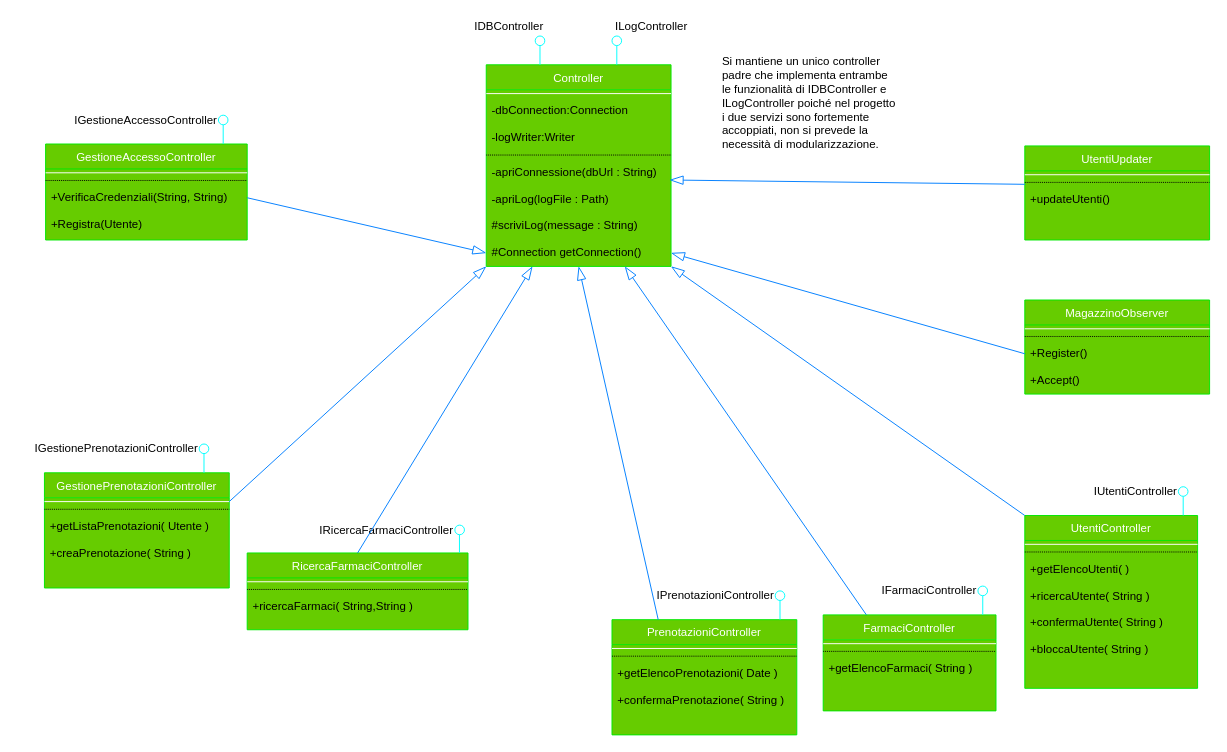
Before: page "ControllerGenerale" (4 of 5) of drawio/Progettazione/DettaglioBrokerLoginInterfacce.drawio in lnwor/farmabyte-doc, a draw.io diagram. Source tidied: cells renumbered, new cells numbered last; positions are measured from the earlier drawing's top-left corner, leaving out a move shared by most shapes. Both pictures are drawn from the tidied source at 96%, with x=0, y=0 at pixel (16, 16).
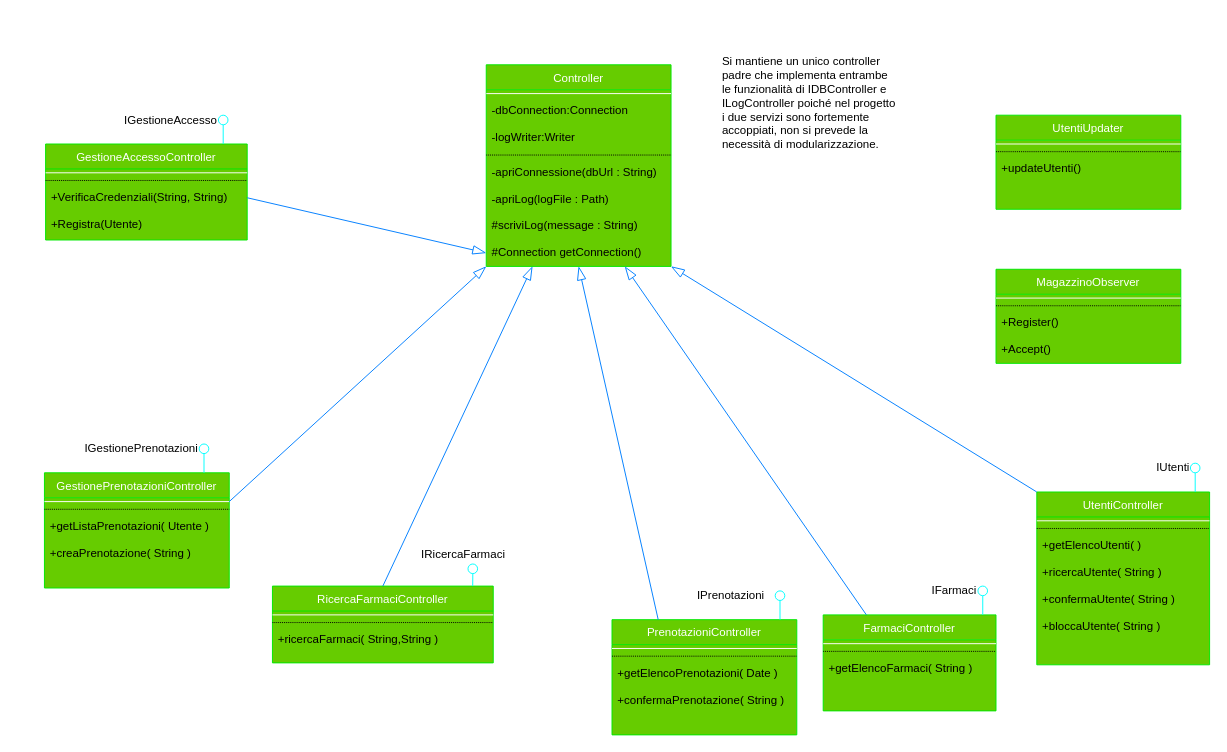
The same diagram, later.

Unchanged cells that the change refers to:
```xml
<mxCell id="10" value="#Connection getConnection()" style="text;align=left;verticalAlign=top;spacingLeft=4;spacingRight=4;overflow=hidden;points=[[0,0.5],[1,0.5]];portConstraint=eastwest;" parent="2" vertex="1">
  <mxGeometry y="182" width="192.5" height="28" as="geometry" />
</mxCell>
<mxCell id="75" value="+Register()&#10;" style="text;align=left;verticalAlign=top;spacingLeft=4;spacingRight=4;overflow=hidden;points=[[0,0.5],[1,0.5]];portConstraint=eastwest;" parent="72" vertex="1">
  <mxGeometry y="42" width="192.5" height="28" as="geometry" />
</mxCell>
<mxCell id="80" style="line;html=1;strokeWidth=1;align=left;verticalAlign=middle;spacingTop=-1;spacingLeft=3;spacingRight=3;labelPosition=right;points=[];portConstraint=eastwest;dashed=1;dashPattern=1 1;" parent="78" vertex="1">
  <mxGeometry y="34" width="192.5" height="8" as="geometry" />
</mxCell>
```

What changed in the source:
```diff
@@
-    <mxCell id="11" value="&lt;div&gt;IDBController&lt;/div&gt;" style="text;html=1;align=right;verticalAlign=middle;strokeColor=none;" parent="1" vertex="1">
-      <mxGeometry x="460" width="90" height="20" as="geometry" />
-    </mxCell>
-    <mxCell id="12" style="endArrow=none;html=1;strokeColor=#00FFFF;" parent="1" edge="1" target="13">
-      <mxGeometry relative="1" as="geometry">
-        <mxPoint x="545" y="50" as="sourcePoint" />
-      </mxGeometry>
-    </mxCell>
-    <mxCell id="13" style="ellipse;whiteSpace=wrap;html=1;strokeColor=#00FFFF;" parent="1" vertex="1">
-      <mxGeometry x="540" y="20" width="10" height="10" as="geometry" />
-    </mxCell>
-    <mxCell id="14" value="&lt;div&gt;ILogController&lt;/div&gt;" style="text;html=1;align=right;verticalAlign=middle;strokeColor=none;" parent="1" vertex="1">
-      <mxGeometry x="610" width="90" height="20" as="geometry" />
-    </mxCell>
-    <mxCell id="15" style="endArrow=none;html=1;strokeColor=#00FFFF;" parent="1" edge="1" target="16">
-      <mxGeometry relative="1" as="geometry">
-        <mxPoint x="625" y="50" as="sourcePoint" />
-      </mxGeometry>
-    </mxCell>
-    <mxCell id="16" style="ellipse;whiteSpace=wrap;html=1;strokeColor=#00FFFF;" parent="1" vertex="1">
-      <mxGeometry x="620" y="20" width="10" height="10" as="geometry" />
-    </mxCell>
@@
-    <mxCell id="25" value="IGestioneAccessoController" style="text;html=1;align=right;verticalAlign=middle;strokeColor=none;" parent="1" vertex="1">
-      <mxGeometry x="50" y="97.5" width="160" height="20" as="geometry" />
+    <mxCell id="25" value="IGestioneAccesso" style="text;html=1;align=right;verticalAlign=middle;strokeColor=none;" parent="1" vertex="1">
+      <mxGeometry x="100" y="97.5" width="110" height="20" as="geometry" />
     </mxCell>
@@
-    <mxCell id="33" value="IGestionePrenotazioniController" style="text;html=1;align=right;verticalAlign=middle;strokeColor=none;" parent="1" vertex="1">
-      <mxGeometry y="440" width="190" height="20" as="geometry" />
+    <mxCell id="33" value="IGestionePrenotazioni" style="text;html=1;align=right;verticalAlign=middle;strokeColor=none;" parent="1" vertex="1">
+      <mxGeometry x="60" y="440" width="130" height="20" as="geometry" />
     </mxCell>
@@
     <mxCell id="35" value="RicercaFarmaciController" style="swimlane;fontStyle=0;align=center;verticalAlign=top;horizontal=1;startSize=26;rounded=0;shadow=0;strokeWidth=1;fontColor=#ffffff;swimlaneFillColor=#66CC00;strokeColor=#00E800;fillColor=#66CC00;" parent="1" vertex="1">
-      <mxGeometry x="240" y="558.5" width="230" height="80" as="geometry" />
+      <mxGeometry x="266.3" y="593" width="230" height="80" as="geometry" />
     </mxCell>
@@
-    <mxCell id="39" style="endArrow=none;html=1;strokeColor=#00FFFF;" parent="1" edge="1">
-      <mxGeometry relative="1" as="geometry">
-        <mxPoint x="461.1" y="558.5" as="sourcePoint" />
-        <mxPoint x="462" y="539" as="targetPoint" />
-        <Array as="points">
-          <mxPoint x="461.1" y="538.5" />
-        </Array>
-      </mxGeometry>
-    </mxCell>
     <mxCell id="40" style="ellipse;whiteSpace=wrap;html=1;strokeColor=#00FFFF;" parent="1" vertex="1">
-      <mxGeometry x="456.3" y="529.5" width="10" height="10" as="geometry" />
+      <mxGeometry x="470" y="570" width="10" height="10" as="geometry" />
     </mxCell>
-    <mxCell id="41" value="IRicercaFarmaciController" style="text;html=1;align=right;verticalAlign=middle;strokeColor=none;" parent="1" vertex="1">
-      <mxGeometry x="306.3" y="524.5" width="150" height="20" as="geometry" />
+    <mxCell id="41" value="IRicercaFarmaci" style="text;html=1;align=right;verticalAlign=middle;strokeColor=none;" parent="1" vertex="1">
+      <mxGeometry x="410" y="550" width="100" height="20" as="geometry" />
     </mxCell>
@@
     <mxCell id="47" value="UtentiController" style="swimlane;fontStyle=0;align=center;verticalAlign=top;horizontal=1;startSize=26;rounded=0;shadow=0;strokeWidth=1;fontColor=#ffffff;swimlaneFillColor=#66CC00;strokeColor=#00E800;fillColor=#66CC00;" parent="1" vertex="1">
-      <mxGeometry x="1050" y="519.5" width="180" height="180" as="geometry" />
+      <mxGeometry x="1062.5" y="495" width="180" height="180" as="geometry" />
     </mxCell>
@@
     <mxCell id="59" style="endArrow=none;html=1;strokeColor=#00FFFF;" parent="1" edge="1" target="60">
       <mxGeometry relative="1" as="geometry">
-        <mxPoint x="1215" y="519.5" as="sourcePoint" />
+        <mxPoint x="1227.5" y="495" as="sourcePoint" />
       </mxGeometry>
     </mxCell>
     <mxCell id="60" style="ellipse;whiteSpace=wrap;html=1;strokeColor=#00FFFF;" parent="1" vertex="1">
-      <mxGeometry x="1210" y="489.5" width="10" height="10" as="geometry" />
+      <mxGeometry x="1222.5" y="465" width="10" height="10" as="geometry" />
     </mxCell>
-    <mxCell id="61" value="IUtentiController" style="text;html=1;align=right;verticalAlign=middle;strokeColor=none;" parent="1" vertex="1">
-      <mxGeometry x="1110" y="484.5" width="100" height="20" as="geometry" />
+    <mxCell id="61" value="IUtenti" style="text;html=1;align=right;verticalAlign=middle;strokeColor=none;" parent="1" vertex="1">
+      <mxGeometry x="1172.5" y="460" width="50" height="20" as="geometry" />
     </mxCell>
@@
-    <mxCell id="64" value="IFarmaciController" style="text;html=1;align=right;verticalAlign=middle;strokeColor=none;" parent="1" vertex="1">
-      <mxGeometry x="891.2" y="588" width="110" height="20" as="geometry" />
+    <mxCell id="64" value="IFarmaci" style="text;html=1;align=right;verticalAlign=middle;strokeColor=none;" parent="1" vertex="1">
+      <mxGeometry x="941.2" y="588" width="60" height="20" as="geometry" />
     </mxCell>
@@
-    <mxCell id="67" value="IPrenotazioniController" style="text;html=1;align=right;verticalAlign=middle;strokeColor=none;" parent="1" vertex="1">
-      <mxGeometry x="650" y="593" width="140" height="20" as="geometry" />
+    <mxCell id="67" value="IPrenotazioni" style="text;html=1;align=right;verticalAlign=middle;strokeColor=none;" parent="1" vertex="1">
+      <mxGeometry x="690" y="593" width="90" height="20" as="geometry" />
     </mxCell>
@@
     <mxCell id="72" value="MagazzinoObserver" style="swimlane;fontStyle=0;align=center;verticalAlign=top;horizontal=1;startSize=26;rounded=0;shadow=0;strokeWidth=1;fontColor=#ffffff;swimlaneFillColor=#66CC00;strokeColor=#00E800;fillColor=#66CC00;" parent="1" vertex="1">
-      <mxGeometry x="1050" y="295" width="192.5" height="98" as="geometry" />
+      <mxGeometry x="1020" y="263" width="192.5" height="98" as="geometry" />
     </mxCell>
@@
-    <mxCell id="77" style="endArrow=blockThin;html=1;exitX=0;exitY=0.5;exitDx=0;exitDy=0;entryX=1;entryY=0.5;entryDx=0;entryDy=0;endFill=0;jumpSize=6;startSize=12;endSize=12;strokeColor=#007FFF;" parent="1" edge="1" source="75" target="10">
-      <mxGeometry relative="1" as="geometry" />
-    </mxCell>
     <mxCell id="78" value="UtentiUpdater" style="swimlane;fontStyle=0;align=center;verticalAlign=top;horizontal=1;startSize=26;rounded=0;shadow=0;strokeWidth=1;fontColor=#ffffff;swimlaneFillColor=#66CC00;strokeColor=#00E800;fillColor=#66CC00;" parent="1" vertex="1">
-      <mxGeometry x="1050" y="134.5" width="192.5" height="98" as="geometry" />
+      <mxGeometry x="1020" y="102.5" width="192.5" height="98" as="geometry" />
     </mxCell>
@@
-    <mxCell id="82" style="endArrow=blockThin;html=1;endFill=0;jumpSize=6;startSize=12;endSize=12;strokeColor=#007FFF;exitX=0;exitY=0.75;exitDx=0;exitDy=0;exitPerimeter=0;" parent="1" edge="1" source="80">
-      <mxGeometry relative="1" as="geometry">
-        <mxPoint x="680" y="170" as="targetPoint" />
-      </mxGeometry>
-    </mxCell>
+    <mxCell id="83" style="endArrow=none;html=1;strokeColor=#00FFFF;exitX=0.907;exitY=0;exitDx=0;exitDy=0;exitPerimeter=0;entryX=0.5;entryY=1;entryDx=0;entryDy=0;" parent="1" edge="1" source="35" target="40">
+      <mxGeometry relative="1" as="geometry" />
+    </mxCell>
```
